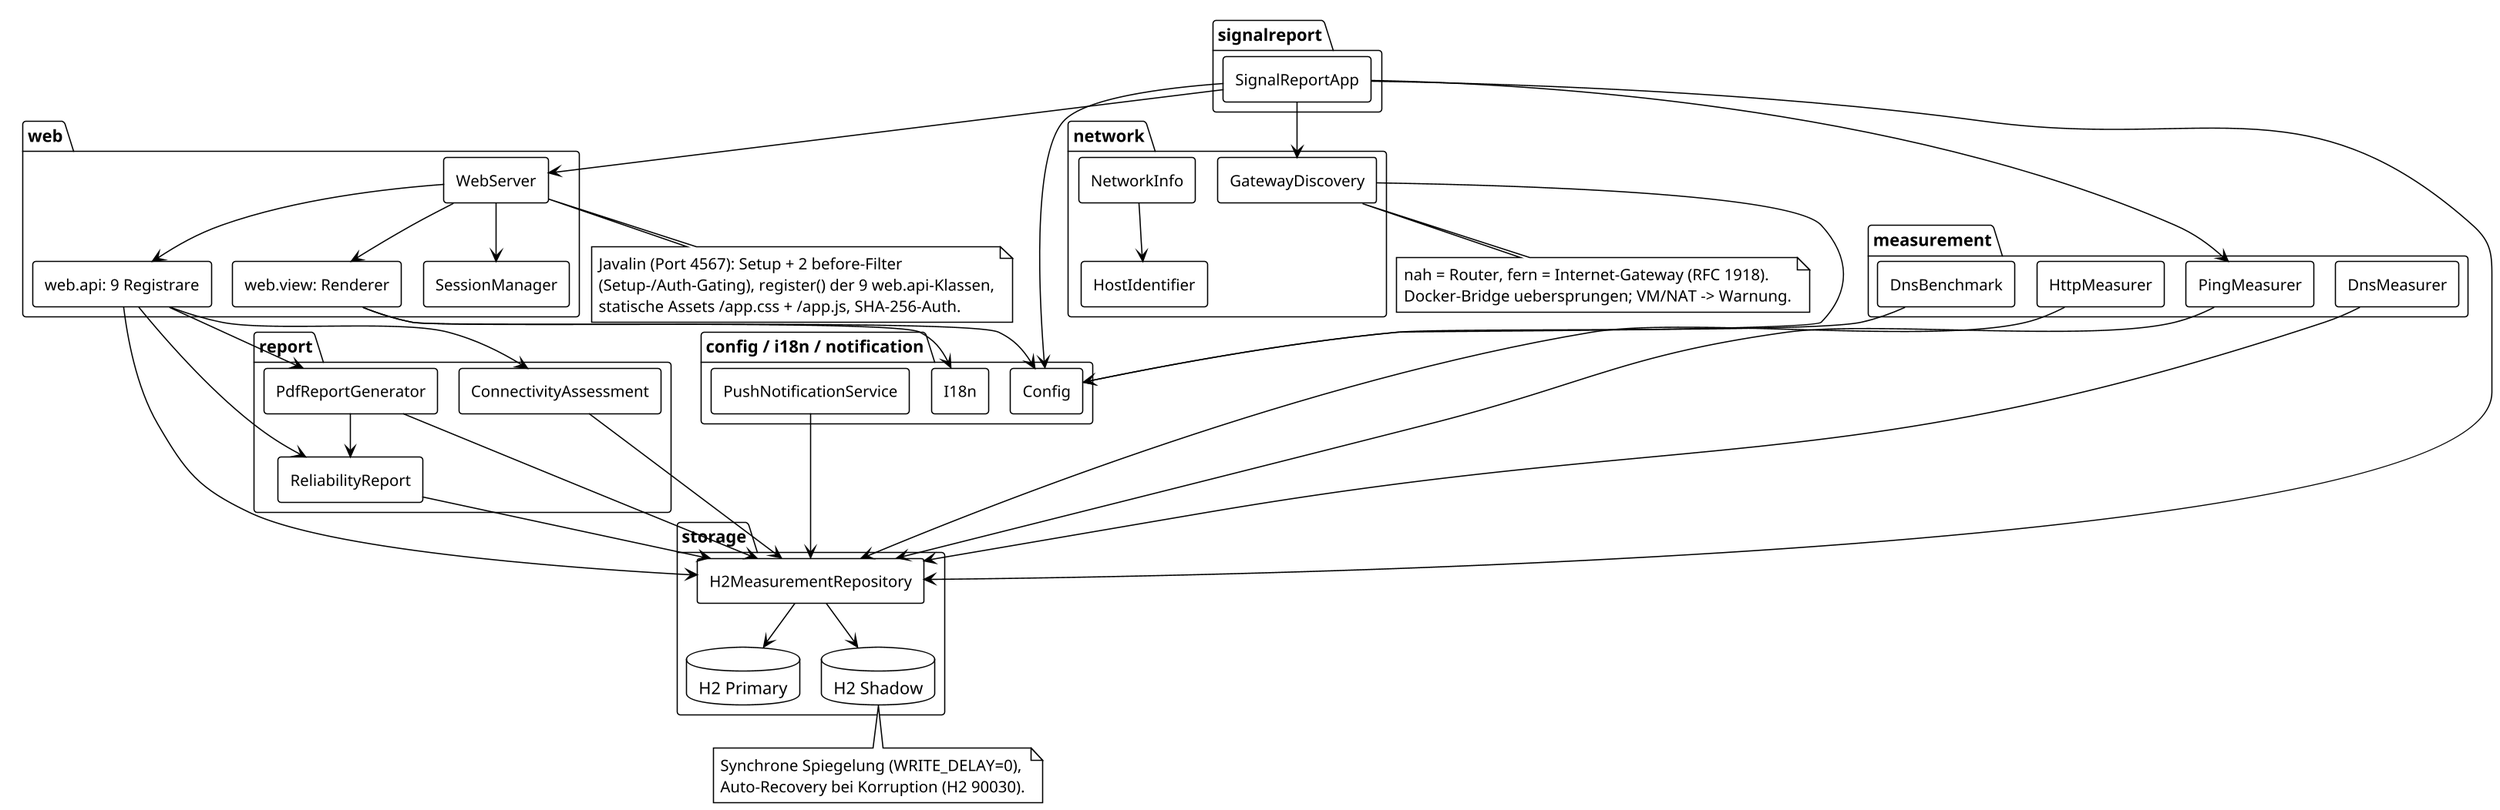
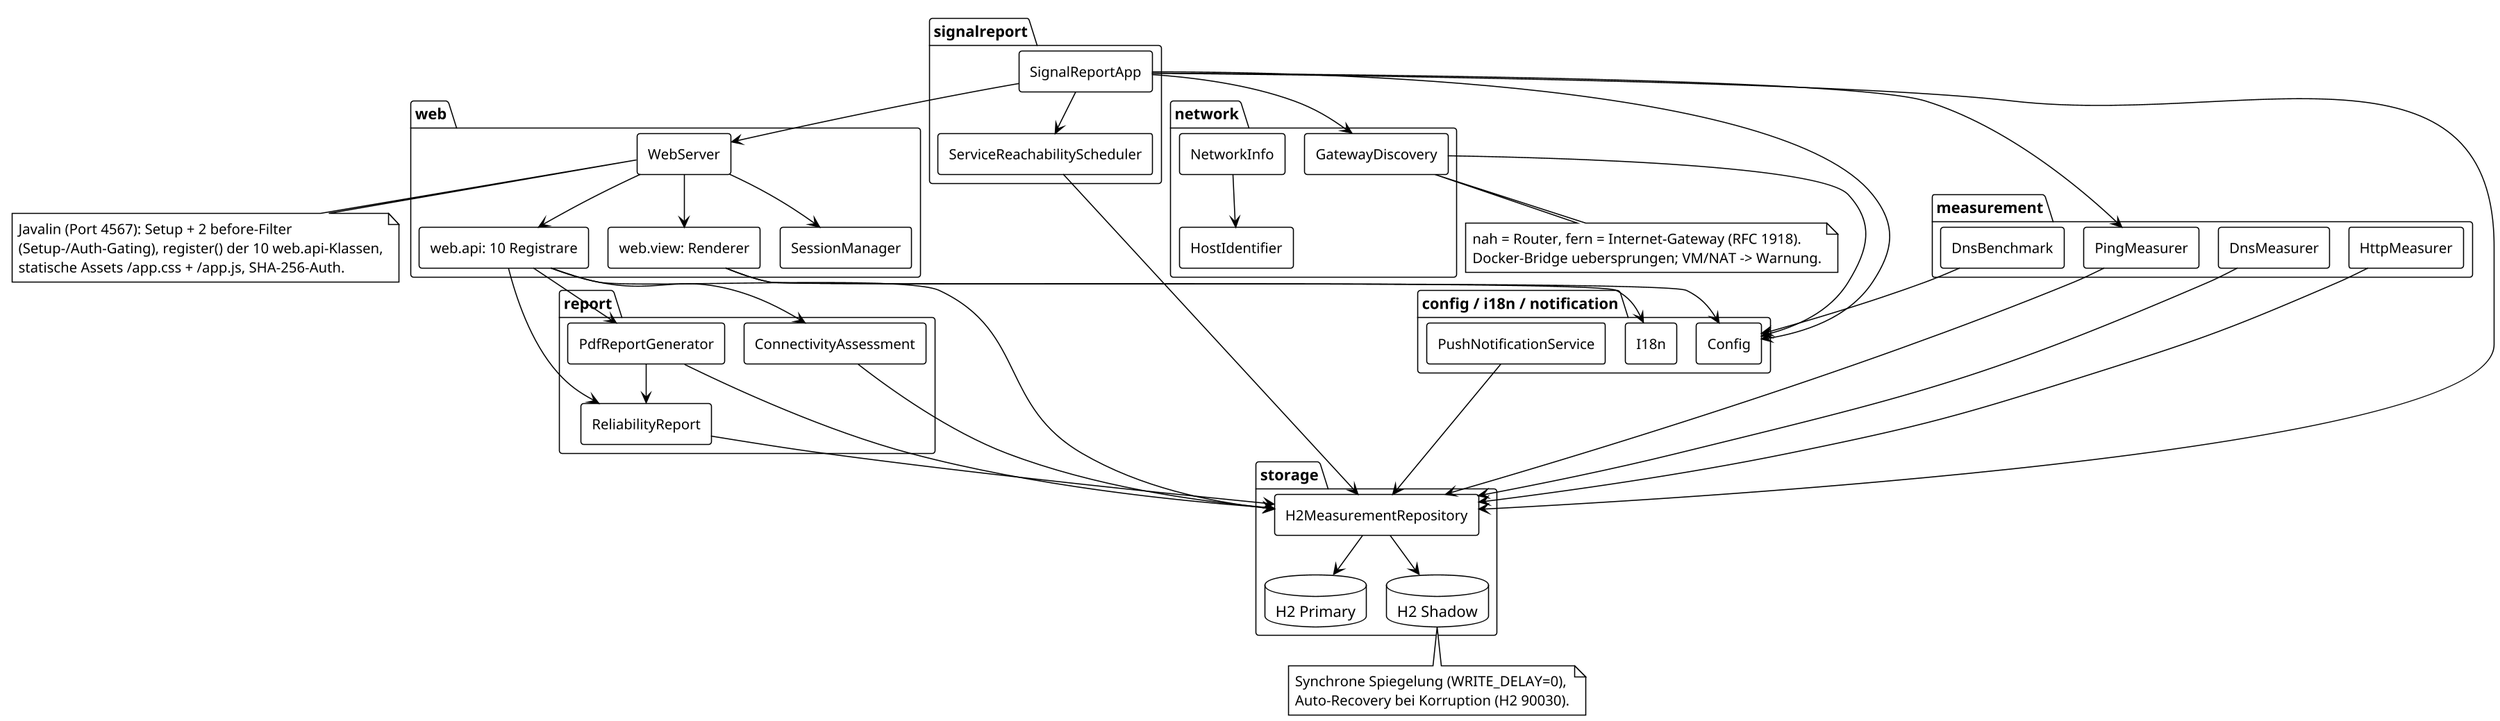
@startuml component-diagram
!pragma layout smetana
skinparam dpi 150
scale max 16384 width
!theme plain
skinparam componentFontSize 13
skinparam componentStyle rectangle

package "signalreport" {
  [SignalReportApp] as App
+   [ServiceReachabilityScheduler] as Sched
}
package "web" {
  [WebServer] as Web
-   [web.api: 9 Registrare] as Api
+   [web.api: 10 Registrare] as Api
  [web.view: Renderer] as View
  [SessionManager] as SessionMgr
}
package "measurement" {
  [PingMeasurer] as Ping
  [DnsMeasurer] as DNS
  [HttpMeasurer] as HTTP
  [DnsBenchmark] as Benchmark
}
package "network" {
  [GatewayDiscovery] as GwDisc
  [NetworkInfo] as NetInfo
  [HostIdentifier] as HostID
}
package "storage" {
  [H2MeasurementRepository] as Repo
  database "H2 Primary" as PrimaryDB
  database "H2 Shadow" as ShadowDB
}
package "report" {
  [ReliabilityReport] as Reliability
  [ConnectivityAssessment] as Connectivity
  [PdfReportGenerator] as PDF
}
package "config / i18n / notification" {
  [Config] as Config
  [I18n] as I18n
  [PushNotificationService] as Push
}

App --> Web
App --> Ping
App --> GwDisc
App --> Repo
App --> Config
+ App --> Sched
+ Sched --> Repo

Web --> Api
Web --> View
Web --> SessionMgr
Api --> Repo
Api --> Reliability
Api --> Connectivity
Api --> PDF
View --> I18n
View --> Config

Reliability --> Repo
Connectivity --> Repo
PDF --> Repo
PDF --> Reliability
Push --> Repo

Ping --> Repo
DNS --> Repo
HTTP --> Repo
Benchmark --> Config
GwDisc --> Config
NetInfo --> HostID

Repo --> PrimaryDB
Repo --> ShadowDB

note bottom of Web
  Javalin (Port 4567): Setup + 2 before-Filter
-   (Setup-/Auth-Gating), register() der 9 web.api-Klassen,
+   (Setup-/Auth-Gating), register() der 10 web.api-Klassen,
  statische Assets /app.css + /app.js, SHA-256-Auth.
end note
note bottom of GwDisc
  nah = Router, fern = Internet-Gateway (RFC 1918).
  Docker-Bridge uebersprungen; VM/NAT -> Warnung.
end note
note bottom of ShadowDB
  Synchrone Spiegelung (WRITE_DELAY=0),
  Auto-Recovery bei Korruption (H2 90030).
end note
@enduml
